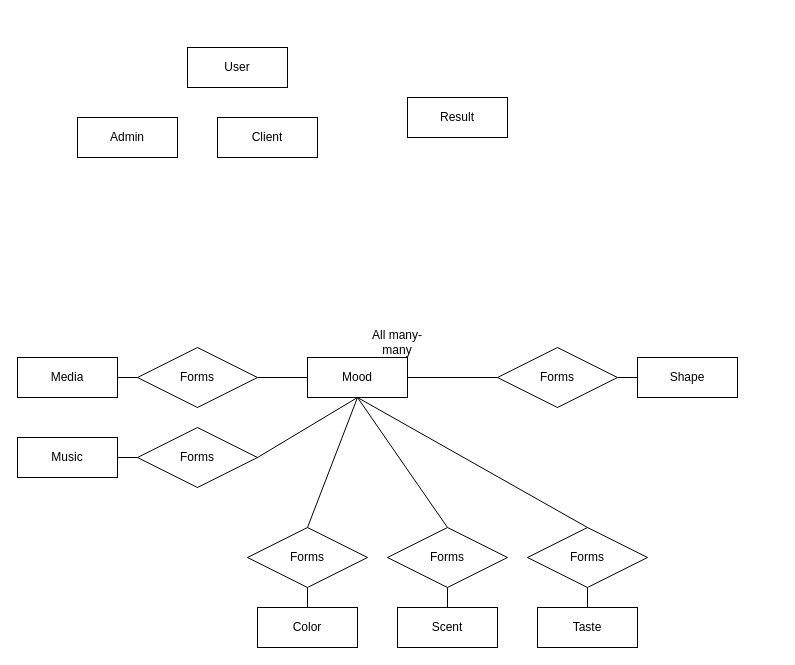
HN67/vibe keeps this draw.io diagram as diagrams/er.drawio. Above is the earlier version. Source tidied: cells renumbered, new cells numbered last; positions are measured from the earlier drawing's top-left corner, leaving out a move shared by most shapes. Both pictures are drawn from the tidied source at 100%, with x=0, y=0 at pixel (17, 47).
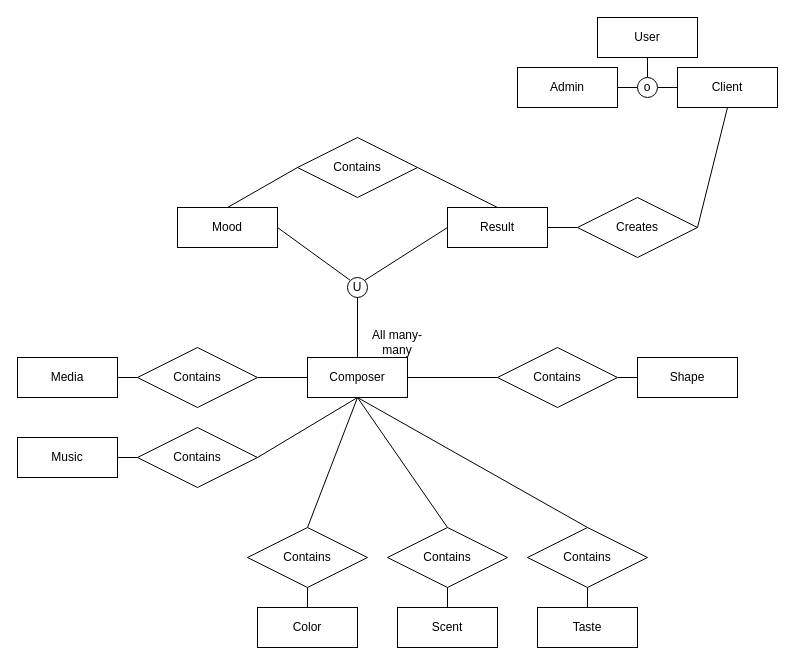
The same diagram, later.

Commit message:
Add inheritance relationships

Diff of the diagram source:
```diff
@@
-    <mxCell id="2" value="Mood" style="whiteSpace=wrap;html=1;align=center;" parent="1" vertex="1">
+    <mxCell id="2" value="Composer" style="whiteSpace=wrap;html=1;align=center;" parent="1" vertex="1">
       <mxGeometry x="290" y="310" width="100" height="40" as="geometry" />
     </mxCell>
@@
     <mxCell id="14" value="User" style="whiteSpace=wrap;html=1;align=center;" parent="1" vertex="1">
-      <mxGeometry x="170" width="100" height="40" as="geometry" />
+      <mxGeometry x="580" y="-30" width="100" height="40" as="geometry" />
     </mxCell>
     <mxCell id="15" value="Client" style="whiteSpace=wrap;html=1;align=center;" parent="1" vertex="1">
-      <mxGeometry x="200" y="70" width="100" height="40" as="geometry" />
+      <mxGeometry x="660" y="20" width="100" height="40" as="geometry" />
     </mxCell>
+    <mxCell id="32" style="edgeStyle=none;rounded=0;jettySize=auto;html=1;exitX=1;exitY=0.5;exitDx=0;exitDy=0;entryX=0;entryY=0.5;entryDx=0;entryDy=0;endArrow=none;endFill=0;" parent="1" edge="1" source="16" target="43">
+      <mxGeometry relative="1" as="geometry" />
+    </mxCell>
     <mxCell id="16" value="Admin" style="whiteSpace=wrap;html=1;align=center;" parent="1" vertex="1">
-      <mxGeometry x="60" y="70" width="100" height="40" as="geometry" />
+      <mxGeometry x="500" y="20" width="100" height="40" as="geometry" />
     </mxCell>
+    <mxCell id="33" style="edgeStyle=none;rounded=0;jettySize=auto;html=1;exitX=0.5;exitY=0;exitDx=0;exitDy=0;entryX=1;entryY=0.5;entryDx=0;entryDy=0;endArrow=none;endFill=0;" parent="1" edge="1" source="17" target="40">
+      <mxGeometry relative="1" as="geometry" />
+    </mxCell>
     <mxCell id="17" value="Result" style="whiteSpace=wrap;html=1;align=center;" parent="1" vertex="1">
-      <mxGeometry x="390" y="50" width="100" height="40" as="geometry" />
+      <mxGeometry x="430" y="160" width="100" height="40" as="geometry" />
     </mxCell>
@@
-    <mxCell id="19" value="Forms" style="shape=rhombus;perimeter=rhombusPerimeter;whiteSpace=wrap;html=1;align=center;" parent="1" vertex="1">
+    <mxCell id="19" value="Contains" style="shape=rhombus;perimeter=rhombusPerimeter;whiteSpace=wrap;html=1;align=center;" parent="1" vertex="1">
       <mxGeometry x="120" y="300" width="120" height="60" as="geometry" />
     </mxCell>
@@
-    <mxCell id="21" value="Forms" style="shape=rhombus;perimeter=rhombusPerimeter;whiteSpace=wrap;html=1;align=center;" parent="1" vertex="1">
+    <mxCell id="21" value="Contains" style="shape=rhombus;perimeter=rhombusPerimeter;whiteSpace=wrap;html=1;align=center;" parent="1" vertex="1">
       <mxGeometry x="120" y="380" width="120" height="60" as="geometry" />
     </mxCell>
@@
-    <mxCell id="23" value="Forms" style="shape=rhombus;perimeter=rhombusPerimeter;whiteSpace=wrap;html=1;align=center;" parent="1" vertex="1">
+    <mxCell id="23" value="Contains" style="shape=rhombus;perimeter=rhombusPerimeter;whiteSpace=wrap;html=1;align=center;" parent="1" vertex="1">
       <mxGeometry x="230" y="480" width="120" height="60" as="geometry" />
     </mxCell>
@@
-    <mxCell id="25" value="Forms" style="shape=rhombus;perimeter=rhombusPerimeter;whiteSpace=wrap;html=1;align=center;" parent="1" vertex="1">
+    <mxCell id="25" value="Contains" style="shape=rhombus;perimeter=rhombusPerimeter;whiteSpace=wrap;html=1;align=center;" parent="1" vertex="1">
       <mxGeometry x="370" y="480" width="120" height="60" as="geometry" />
     </mxCell>
@@
-    <mxCell id="27" value="Forms" style="shape=rhombus;perimeter=rhombusPerimeter;whiteSpace=wrap;html=1;align=center;" parent="1" vertex="1">
+    <mxCell id="27" value="Contains" style="shape=rhombus;perimeter=rhombusPerimeter;whiteSpace=wrap;html=1;align=center;" parent="1" vertex="1">
       <mxGeometry x="510" y="480" width="120" height="60" as="geometry" />
     </mxCell>
@@
-    <mxCell id="30" value="Forms" style="shape=rhombus;perimeter=rhombusPerimeter;whiteSpace=wrap;html=1;align=center;" parent="1" vertex="1">
+    <mxCell id="30" value="Contains" style="shape=rhombus;perimeter=rhombusPerimeter;whiteSpace=wrap;html=1;align=center;" parent="1" vertex="1">
       <mxGeometry x="480" y="300" width="120" height="60" as="geometry" />
     </mxCell>
@@
+    <mxCell id="34" style="rounded=0;jettySize=auto;html=1;exitX=1;exitY=0.5;exitDx=0;exitDy=0;entryX=0;entryY=0;entryDx=0;entryDy=0;endArrow=none;endFill=0;" parent="1" edge="1" source="35" target="38">
+      <mxGeometry relative="1" as="geometry" />
+    </mxCell>
+    <mxCell id="35" value="Mood" style="whiteSpace=wrap;html=1;align=center;" parent="1" vertex="1">
+      <mxGeometry x="160" y="160" width="100" height="40" as="geometry" />
+    </mxCell>
+    <mxCell id="36" style="edgeStyle=none;rounded=0;jettySize=auto;html=1;exitX=1;exitY=0;exitDx=0;exitDy=0;entryX=0;entryY=0.5;entryDx=0;entryDy=0;endArrow=none;endFill=0;" parent="1" edge="1" source="38" target="17">
+      <mxGeometry relative="1" as="geometry" />
+    </mxCell>
+    <mxCell id="37" style="edgeStyle=none;rounded=0;jettySize=auto;html=1;exitX=0.5;exitY=1;exitDx=0;exitDy=0;entryX=0.5;entryY=0;entryDx=0;entryDy=0;endArrow=none;endFill=0;" parent="1" edge="1" source="38" target="2">
+      <mxGeometry relative="1" as="geometry" />
+    </mxCell>
+    <mxCell id="38" value="U" style="ellipse;whiteSpace=wrap;html=1;" parent="1" vertex="1">
+      <mxGeometry x="330" y="230" width="20" height="20" as="geometry" />
+    </mxCell>
+    <mxCell id="39" style="edgeStyle=none;rounded=0;jettySize=auto;html=1;exitX=0;exitY=0.5;exitDx=0;exitDy=0;entryX=0.5;entryY=0;entryDx=0;entryDy=0;endArrow=none;endFill=0;" parent="1" edge="1" source="40" target="35">
+      <mxGeometry relative="1" as="geometry" />
+    </mxCell>
+    <mxCell id="40" value="Contains" style="shape=rhombus;perimeter=rhombusPerimeter;whiteSpace=wrap;html=1;align=center;" parent="1" vertex="1">
+      <mxGeometry x="280" y="90" width="120" height="60" as="geometry" />
+    </mxCell>
+    <mxCell id="41" style="edgeStyle=none;rounded=0;jettySize=auto;html=1;exitX=0.5;exitY=0;exitDx=0;exitDy=0;entryX=0.5;entryY=1;entryDx=0;entryDy=0;endArrow=none;endFill=0;" parent="1" edge="1" source="43" target="14">
+      <mxGeometry relative="1" as="geometry" />
+    </mxCell>
+    <mxCell id="42" style="edgeStyle=none;rounded=0;jettySize=auto;html=1;exitX=1;exitY=0.5;exitDx=0;exitDy=0;entryX=0;entryY=0.5;entryDx=0;entryDy=0;endArrow=none;endFill=0;" parent="1" edge="1" source="43" target="15">
+      <mxGeometry relative="1" as="geometry" />
+    </mxCell>
+    <mxCell id="43" value="o" style="ellipse;whiteSpace=wrap;html=1;" parent="1" vertex="1">
+      <mxGeometry x="620" y="30" width="20" height="20" as="geometry" />
+    </mxCell>
+    <mxCell id="44" style="edgeStyle=none;rounded=0;jettySize=auto;html=1;exitX=0;exitY=0.5;exitDx=0;exitDy=0;entryX=1;entryY=0.5;entryDx=0;entryDy=0;endArrow=none;endFill=0;" parent="1" edge="1" source="46" target="17">
+      <mxGeometry relative="1" as="geometry" />
+    </mxCell>
+    <mxCell id="45" style="edgeStyle=none;rounded=0;jettySize=auto;html=1;exitX=1;exitY=0.5;exitDx=0;exitDy=0;entryX=0.5;entryY=1;entryDx=0;entryDy=0;endArrow=none;endFill=0;" parent="1" edge="1" source="46" target="15">
+      <mxGeometry relative="1" as="geometry" />
+    </mxCell>
+    <mxCell id="46" value="Creates" style="shape=rhombus;perimeter=rhombusPerimeter;whiteSpace=wrap;html=1;align=center;" parent="1" vertex="1">
+      <mxGeometry x="560" y="150" width="120" height="60" as="geometry" />
+    </mxCell>
```
